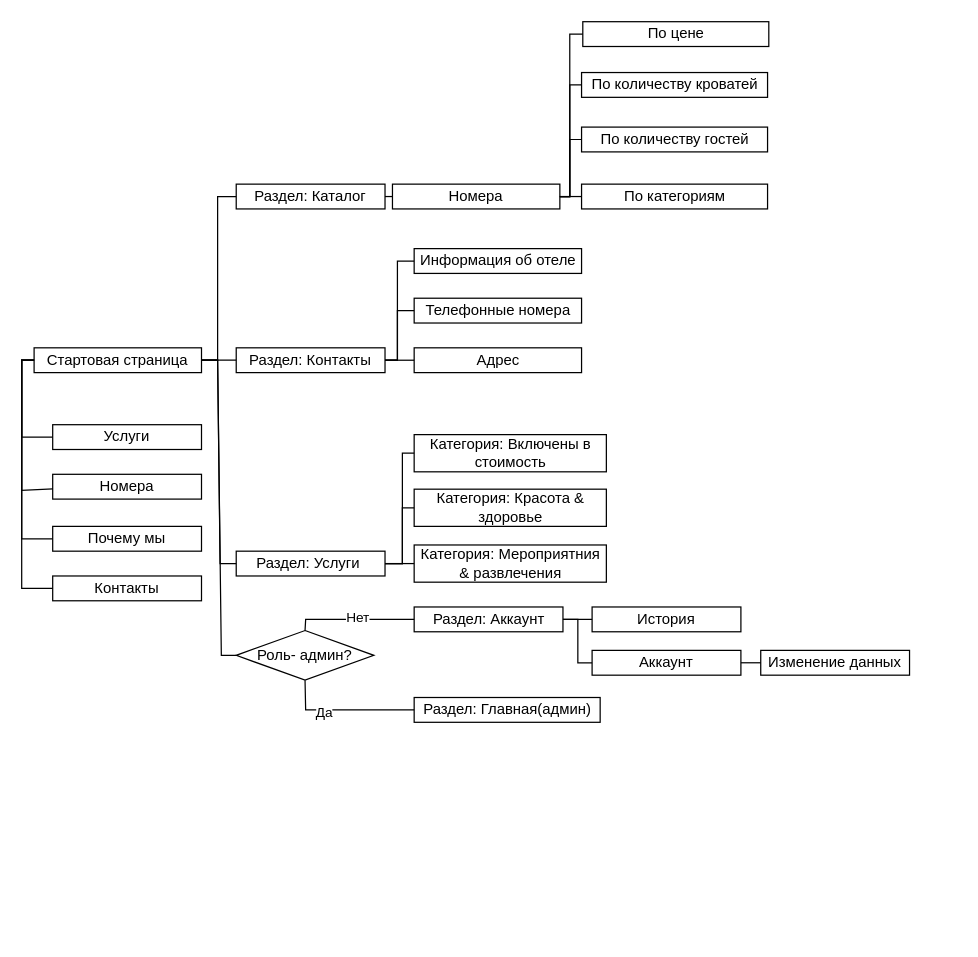
Before: page "Логическая (1)" (1 of 6) of documentation/Отель логическая структура.drawio in trapbed/KursovayaHotel, a draw.io diagram. Source tidied: cells renumbered, new cells numbered last; positions are measured from the earlier drawing's top-left corner, leaving out a move shared by most shapes. Both pictures are drawn from the tidied source at 124%, with x=0, y=0 at pixel (21, 21).
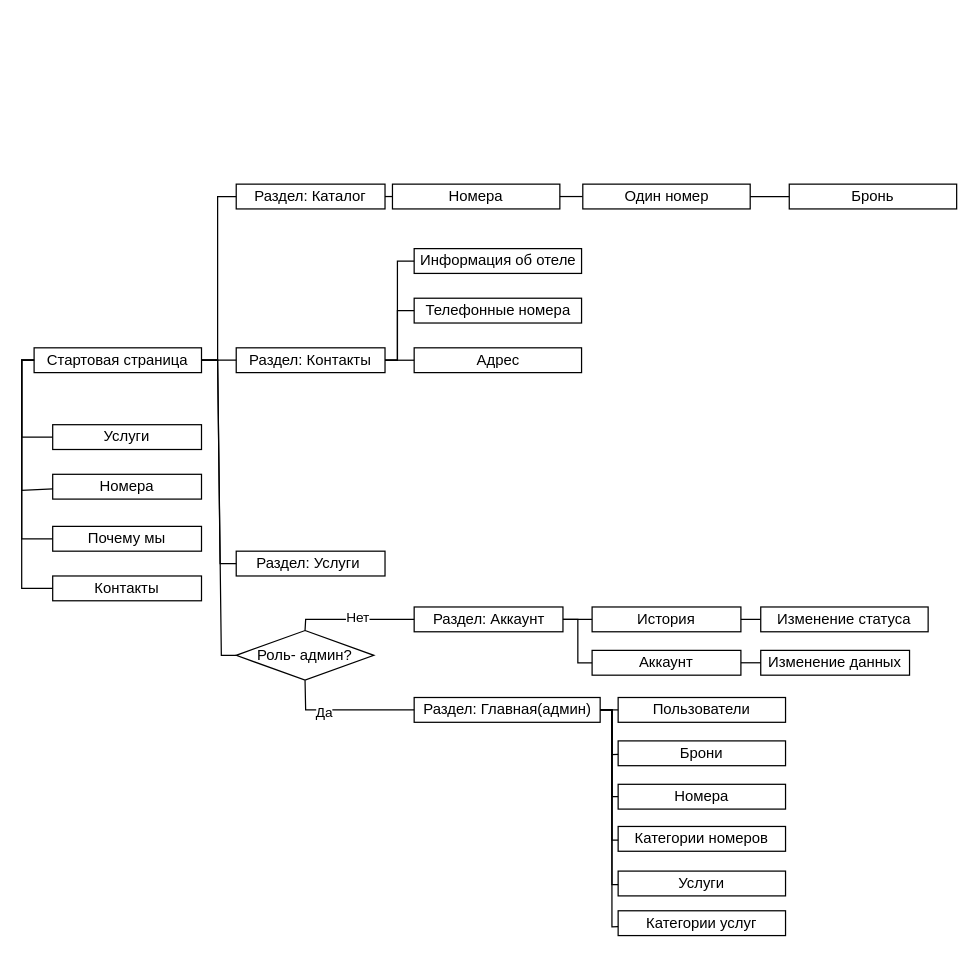
The same diagram, later.

The change refers to these unchanged cells:
```xml
<mxCell id="7" value="Раздел: Услуги&amp;nbsp;" style="rounded=0;whiteSpace=wrap;html=1;" parent="1" vertex="1">
  <mxGeometry x="173" y="427" width="120" height="20" as="geometry" />
</mxCell>
<mxCell id="15" value="Раздел: Главная(админ)" style="rounded=0;whiteSpace=wrap;html=1;" parent="1" vertex="1">
  <mxGeometry x="316.5" y="545" width="150" height="20" as="geometry" />
</mxCell>
<mxCell id="20" value="Номера" style="rounded=0;whiteSpace=wrap;html=1;" parent="1" vertex="1">
  <mxGeometry x="299" y="131" width="135" height="20" as="geometry" />
</mxCell>
<mxCell id="41" value="История" style="rounded=0;whiteSpace=wrap;html=1;" parent="1" vertex="1">
  <mxGeometry x="460" y="472" width="120" height="20" as="geometry" />
</mxCell>
```

Change to the diagram source:
```diff
@@
-    <mxCell id="12" value="Категория: Включены в стоимость" style="rounded=0;whiteSpace=wrap;html=1;" parent="1" vertex="1">
-      <mxGeometry x="316.5" y="333" width="155" height="30" as="geometry" />
-    </mxCell>
-    <mxCell id="13" value="Категория: Красота &amp;amp; здоровье" style="rounded=0;whiteSpace=wrap;html=1;" parent="1" vertex="1">
-      <mxGeometry x="316.5" y="377" width="155" height="30" as="geometry" />
-    </mxCell>
-    <mxCell id="14" value="Категория: Мероприятния &amp;amp; развлечения" style="rounded=0;whiteSpace=wrap;html=1;" parent="1" vertex="1">
-      <mxGeometry x="316.5" y="422" width="155" height="30" as="geometry" />
-    </mxCell>
@@
-    <mxCell id="21" value="По количеству гостей" style="rounded=0;whiteSpace=wrap;html=1;" parent="1" vertex="1">
-      <mxGeometry x="451.5" y="85" width="150" height="20" as="geometry" />
-    </mxCell>
-    <mxCell id="22" value="По категориям" style="rounded=0;whiteSpace=wrap;html=1;" parent="1" vertex="1">
-      <mxGeometry x="451.5" y="131" width="150" height="20" as="geometry" />
-    </mxCell>
-    <mxCell id="23" value="По количеству кроватей" style="rounded=0;whiteSpace=wrap;html=1;" parent="1" vertex="1">
-      <mxGeometry x="451.5" y="41" width="150" height="20" as="geometry" />
-    </mxCell>
-    <mxCell id="24" value="По цене" style="rounded=0;whiteSpace=wrap;html=1;" parent="1" vertex="1">
-      <mxGeometry x="452.5" width="150" height="20" as="geometry" />
-    </mxCell>
@@
-    <mxCell id="29" style="endArrow=none;html=1;rounded=0;entryX=0;entryY=0.5;entryDx=0;entryDy=0;exitX=1;exitY=0.5;exitDx=0;exitDy=0;" parent="1" edge="1" source="7" target="12">
-      <mxGeometry relative="1" as="geometry">
-        <Array as="points">
-          <mxPoint x="307" y="437" />
-          <mxPoint x="307" y="348" />
-        </Array>
-      </mxGeometry>
-    </mxCell>
-    <mxCell id="30" style="endArrow=none;html=1;rounded=0;entryX=0;entryY=0.5;entryDx=0;entryDy=0;exitX=1;exitY=0.5;exitDx=0;exitDy=0;" parent="1" edge="1" source="7" target="13">
-      <mxGeometry relative="1" as="geometry">
-        <Array as="points">
-          <mxPoint x="307" y="437" />
-          <mxPoint x="307" y="392" />
-        </Array>
-      </mxGeometry>
-    </mxCell>
-    <mxCell id="31" style="endArrow=none;html=1;rounded=0;entryX=1;entryY=0.5;entryDx=0;entryDy=0;exitX=0;exitY=0.5;exitDx=0;exitDy=0;" parent="1" edge="1" source="24" target="20">
-      <mxGeometry relative="1" as="geometry">
-        <Array as="points">
-          <mxPoint x="442" y="10" />
-          <mxPoint x="442" y="141" />
-        </Array>
-      </mxGeometry>
-    </mxCell>
-    <mxCell id="32" style="endArrow=none;html=1;rounded=0;entryX=0;entryY=0.5;entryDx=0;entryDy=0;exitX=1;exitY=0.5;exitDx=0;exitDy=0;" parent="1" edge="1" source="20" target="23">
-      <mxGeometry relative="1" as="geometry">
-        <Array as="points">
-          <mxPoint x="442" y="141" />
-          <mxPoint x="442" y="51" />
-        </Array>
-      </mxGeometry>
-    </mxCell>
-    <mxCell id="33" style="endArrow=none;html=1;rounded=0;entryX=0;entryY=0.5;entryDx=0;entryDy=0;exitX=1;exitY=0.5;exitDx=0;exitDy=0;" parent="1" edge="1" source="20" target="21">
-      <mxGeometry relative="1" as="geometry">
-        <Array as="points">
-          <mxPoint x="442" y="141" />
-          <mxPoint x="442" y="95" />
-        </Array>
-      </mxGeometry>
-    </mxCell>
-    <mxCell id="34" style="endArrow=none;html=1;rounded=0;entryX=0;entryY=0.5;entryDx=0;entryDy=0;" parent="1" edge="1" source="20" target="22">
-      <mxGeometry relative="1" as="geometry" />
-    </mxCell>
@@
-    <mxCell id="39" style="endArrow=none;html=1;rounded=0;exitX=1;exitY=0.5;exitDx=0;exitDy=0;" parent="1" edge="1" source="7" target="14">
-      <mxGeometry relative="1" as="geometry" />
-    </mxCell>
@@
+    <mxCell id="53" style="endArrow=none;html=1;rounded=0;exitX=1;exitY=0.5;exitDx=0;exitDy=0;" parent="1" edge="1" source="20" target="54">
+      <mxGeometry relative="1" as="geometry" />
+    </mxCell>
+    <mxCell id="54" value="Один номер" style="rounded=0;whiteSpace=wrap;html=1;" parent="1" vertex="1">
+      <mxGeometry x="452.5" y="131" width="135" height="20" as="geometry" />
+    </mxCell>
+    <mxCell id="55" value="Бронь" style="rounded=0;whiteSpace=wrap;html=1;" parent="1" vertex="1">
+      <mxGeometry x="619" y="131" width="135" height="20" as="geometry" />
+    </mxCell>
+    <mxCell id="56" style="endArrow=none;html=1;rounded=0;" parent="1" edge="1" source="54" target="55">
+      <mxGeometry relative="1" as="geometry" />
+    </mxCell>
+    <mxCell id="57" style="endArrow=none;html=1;rounded=0;" parent="1" edge="1" source="41" target="58">
+      <mxGeometry relative="1" as="geometry" />
+    </mxCell>
+    <mxCell id="58" value="Изменение статуса" style="rounded=0;whiteSpace=wrap;html=1;" parent="1" vertex="1">
+      <mxGeometry x="596" y="472" width="135" height="20" as="geometry" />
+    </mxCell>
+    <mxCell id="59" value="Пользователи" style="rounded=0;whiteSpace=wrap;html=1;" parent="1" vertex="1">
+      <mxGeometry x="481" y="545" width="135" height="20" as="geometry" />
+    </mxCell>
+    <mxCell id="60" value="Брони" style="rounded=0;whiteSpace=wrap;html=1;" parent="1" vertex="1">
+      <mxGeometry x="481" y="580" width="135" height="20" as="geometry" />
+    </mxCell>
+    <mxCell id="61" value="Номера" style="rounded=0;whiteSpace=wrap;html=1;" parent="1" vertex="1">
+      <mxGeometry x="481" y="615" width="135" height="20" as="geometry" />
+    </mxCell>
+    <mxCell id="62" value="Категории номеров" style="rounded=0;whiteSpace=wrap;html=1;" parent="1" vertex="1">
+      <mxGeometry x="481" y="649" width="135" height="20" as="geometry" />
+    </mxCell>
+    <mxCell id="63" value="Услуги" style="rounded=0;whiteSpace=wrap;html=1;" parent="1" vertex="1">
+      <mxGeometry x="481" y="685" width="135" height="20" as="geometry" />
+    </mxCell>
+    <mxCell id="64" value="Категории услуг" style="rounded=0;whiteSpace=wrap;html=1;" parent="1" vertex="1">
+      <mxGeometry x="481" y="717" width="135" height="20" as="geometry" />
+    </mxCell>
+    <mxCell id="65" style="endArrow=none;html=1;rounded=0;" parent="1" edge="1" source="59" target="15">
+      <mxGeometry relative="1" as="geometry" />
+    </mxCell>
+    <mxCell id="66" style="endArrow=none;html=1;rounded=0;" parent="1" edge="1" source="62" target="15">
+      <mxGeometry relative="1" as="geometry">
+        <Array as="points">
+          <mxPoint x="476" y="660" />
+          <mxPoint x="476" y="555" />
+        </Array>
+      </mxGeometry>
+    </mxCell>
+    <mxCell id="67" style="endArrow=none;html=1;rounded=0;" parent="1" edge="1" source="61" target="15">
+      <mxGeometry relative="1" as="geometry">
+        <Array as="points">
+          <mxPoint x="476" y="625" />
+          <mxPoint x="476" y="555" />
+        </Array>
+      </mxGeometry>
+    </mxCell>
+    <mxCell id="68" style="endArrow=none;html=1;rounded=0;" parent="1" edge="1" source="60" target="15">
+      <mxGeometry relative="1" as="geometry">
+        <Array as="points">
+          <mxPoint x="476" y="591" />
+          <mxPoint x="476" y="555" />
+        </Array>
+      </mxGeometry>
+    </mxCell>
+    <mxCell id="69" style="endArrow=none;html=1;rounded=0;" parent="1" edge="1" source="64" target="15">
+      <mxGeometry relative="1" as="geometry">
+        <Array as="points">
+          <mxPoint x="476" y="730" />
+          <mxPoint x="476" y="555" />
+        </Array>
+      </mxGeometry>
+    </mxCell>
+    <mxCell id="70" style="endArrow=none;html=1;rounded=0;" parent="1" edge="1" source="63" target="15">
+      <mxGeometry relative="1" as="geometry">
+        <Array as="points">
+          <mxPoint x="476" y="696" />
+          <mxPoint x="476" y="555" />
+        </Array>
+      </mxGeometry>
+    </mxCell>
```
